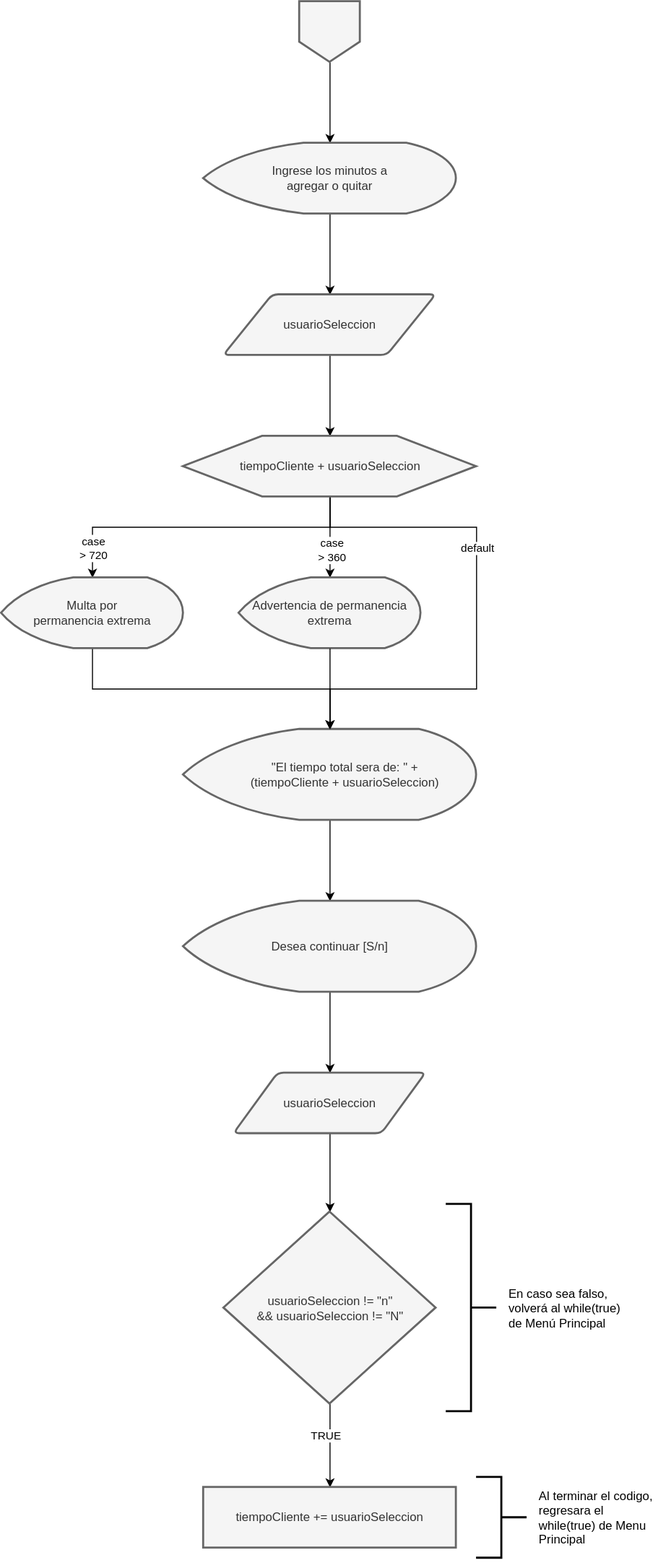
This is docs/GRAPH_SimularTiempo.svg from xrmerida/SmartPark, a draw.io export, as it was before one commit. Source tidied: cells renumbered, new cells last; positions are measured from the earlier drawing's top-left corner, leaving out a move shared by most shapes.
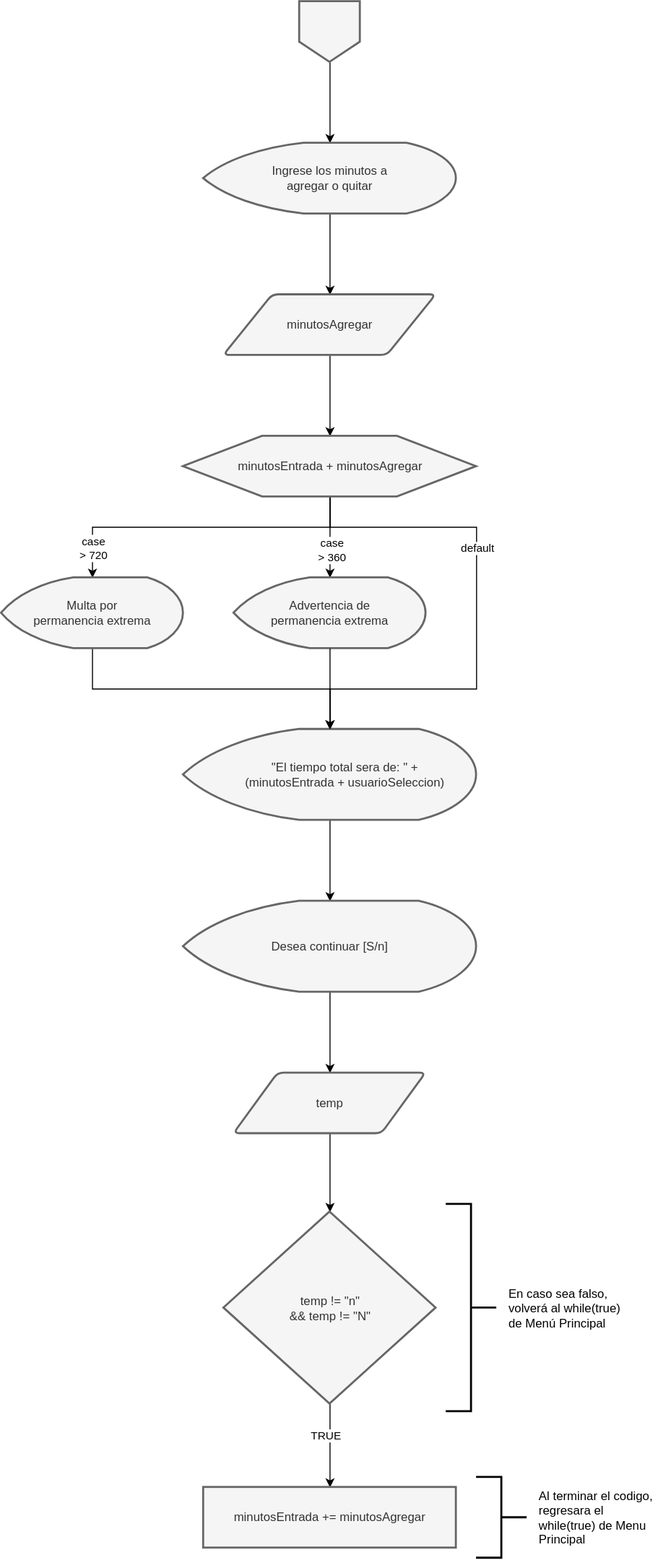
The same diagram one commit later.

The edit, as a diff of the source:
```diff
@@ -19,7 +19,7 @@
     <mxCell id="6" style="edgeStyle=orthogonalEdgeStyle;rounded=0;jettySize=auto;html=1;" parent="1" edge="1" source="7" target="13">
       <mxGeometry relative="1" as="geometry" />
     </mxCell>
-    <mxCell id="7" value="usuarioSeleccion" style="shape=parallelogram;html=1;strokeWidth=2;perimeter=parallelogramPerimeter;whiteSpace=wrap;rounded=1;arcSize=12;size=0.23;fillColor=#f5f5f5;fontColor=#333333;strokeColor=#666666;verticalAlign=middle;labelPosition=center;verticalLabelPosition=middle;align=center;" parent="1" vertex="1">
+    <mxCell id="7" value="minutosAgregar" style="shape=parallelogram;html=1;strokeWidth=2;perimeter=parallelogramPerimeter;whiteSpace=wrap;rounded=1;arcSize=12;size=0.23;fillColor=#f5f5f5;fontColor=#333333;strokeColor=#666666;verticalAlign=middle;labelPosition=center;verticalLabelPosition=middle;align=center;" parent="1" vertex="1">
       <mxGeometry x="220" y="290" width="210" height="60" as="geometry" />
     </mxCell>
     <mxCell id="8" style="edgeStyle=orthogonalEdgeStyle;rounded=0;jettySize=auto;html=1;exitX=0.5;exitY=1;exitDx=0;exitDy=0;" parent="1" edge="1" source="13" target="15">
@@ -51,7 +51,7 @@
     <mxCell id="12" value="&lt;div&gt;case&lt;/div&gt;&lt;div&gt;&amp;gt; 360&lt;/div&gt;" style="edgeLabel;html=1;align=center;verticalAlign=middle;" parent="11" vertex="1">
       <mxGeometry x="0.31" y="1" relative="1" as="geometry" />
     </mxCell>
-    <mxCell id="13" value="tiempoCliente + usuarioSeleccion" style="verticalLabelPosition=middle;verticalAlign=middle;html=1;shape=hexagon;perimeter=hexagonPerimeter2;arcSize=6;size=0.27;fillColor=#f5f5f5;fontColor=#333333;strokeColor=#666666;strokeWidth=2;labelPosition=center;align=center;" parent="1" vertex="1">
+    <mxCell id="13" value="minutosEntrada + minutosAgregar" style="verticalLabelPosition=middle;verticalAlign=middle;html=1;shape=hexagon;perimeter=hexagonPerimeter2;arcSize=6;size=0.27;fillColor=#f5f5f5;fontColor=#333333;strokeColor=#666666;strokeWidth=2;labelPosition=center;align=center;" parent="1" vertex="1">
       <mxGeometry x="180" y="430" width="290" height="60" as="geometry" />
     </mxCell>
     <mxCell id="14" style="edgeStyle=orthogonalEdgeStyle;rounded=0;jettySize=auto;html=1;exitX=0.5;exitY=1;exitDx=0;exitDy=0;exitPerimeter=0;" parent="1" edge="1" source="15" target="19">
@@ -63,13 +63,13 @@
     <mxCell id="16" value="&lt;div&gt;case&lt;/div&gt;&lt;div&gt;&amp;gt; 720&lt;/div&gt;" style="edgeLabel;html=1;align=center;verticalAlign=middle;" parent="1" vertex="1">
       <mxGeometry x="90" y="540" as="geometry" />
     </mxCell>
-    <mxCell id="17" value="Advertencia de permanencia extrema" style="strokeWidth=2;html=1;shape=mxgraph.flowchart.display;whiteSpace=wrap;fillColor=#f5f5f5;fontColor=#333333;strokeColor=#666666;verticalAlign=middle;labelPosition=center;verticalLabelPosition=middle;align=center;" parent="1" vertex="1">
-      <mxGeometry x="235" y="570" width="180" height="70" as="geometry" />
+    <mxCell id="17" value="&lt;div&gt;Advertencia de&lt;/div&gt;&lt;div&gt;permanencia extrema&lt;/div&gt;" style="strokeWidth=2;html=1;shape=mxgraph.flowchart.display;whiteSpace=wrap;fillColor=#f5f5f5;fontColor=#333333;strokeColor=#666666;verticalAlign=middle;labelPosition=center;verticalLabelPosition=middle;align=center;" parent="1" vertex="1">
+      <mxGeometry x="230" y="570" width="190" height="70" as="geometry" />
     </mxCell>
     <mxCell id="18" style="edgeStyle=orthogonalEdgeStyle;rounded=0;jettySize=auto;html=1;" parent="1" edge="1" source="19" target="22">
       <mxGeometry relative="1" as="geometry" />
     </mxCell>
-    <mxCell id="19" value="&lt;div&gt;&amp;nbsp; &amp;nbsp; &amp;nbsp; &amp;nbsp; &amp;nbsp; &quot;El tiempo total sera de: &quot; +&amp;nbsp;&lt;/div&gt;&lt;div&gt;&amp;nbsp; &amp;nbsp; &amp;nbsp; &amp;nbsp; &amp;nbsp;(tiempoCliente + usuarioSeleccion)&lt;/div&gt;" style="strokeWidth=2;html=1;shape=mxgraph.flowchart.display;whiteSpace=wrap;fillColor=#f5f5f5;fontColor=#333333;strokeColor=#666666;verticalAlign=middle;labelPosition=center;verticalLabelPosition=middle;align=center;" parent="1" vertex="1">
+    <mxCell id="19" value="&lt;div&gt;&amp;nbsp; &amp;nbsp; &amp;nbsp; &amp;nbsp; &amp;nbsp; &quot;El tiempo total sera de: &quot; +&amp;nbsp;&lt;/div&gt;&lt;div&gt;&amp;nbsp; &amp;nbsp; &amp;nbsp; &amp;nbsp; &amp;nbsp;(minutosEntrada + usuarioSeleccion)&lt;/div&gt;" style="strokeWidth=2;html=1;shape=mxgraph.flowchart.display;whiteSpace=wrap;fillColor=#f5f5f5;fontColor=#333333;strokeColor=#666666;verticalAlign=middle;labelPosition=center;verticalLabelPosition=middle;align=center;" parent="1" vertex="1">
       <mxGeometry x="180" y="720" width="290" height="90" as="geometry" />
     </mxCell>
     <mxCell id="20" style="edgeStyle=orthogonalEdgeStyle;rounded=0;jettySize=auto;html=1;exitX=0.5;exitY=1;exitDx=0;exitDy=0;exitPerimeter=0;entryX=0.5;entryY=0;entryDx=0;entryDy=0;entryPerimeter=0;" parent="1" edge="1" source="17" target="19">
@@ -84,7 +84,7 @@
     <mxCell id="23" style="edgeStyle=orthogonalEdgeStyle;rounded=0;jettySize=auto;html=1;" parent="1" edge="1" source="24" target="27">
       <mxGeometry relative="1" as="geometry" />
     </mxCell>
-    <mxCell id="24" value="usuarioSeleccion" style="shape=parallelogram;html=1;strokeWidth=2;perimeter=parallelogramPerimeter;whiteSpace=wrap;rounded=1;arcSize=12;size=0.23;fillColor=#f5f5f5;fontColor=#333333;strokeColor=#666666;verticalAlign=middle;align=center;labelPosition=center;verticalLabelPosition=middle;" parent="1" vertex="1">
+    <mxCell id="24" value="temp" style="shape=parallelogram;html=1;strokeWidth=2;perimeter=parallelogramPerimeter;whiteSpace=wrap;rounded=1;arcSize=12;size=0.23;fillColor=#f5f5f5;fontColor=#333333;strokeColor=#666666;verticalAlign=middle;align=center;labelPosition=center;verticalLabelPosition=middle;" parent="1" vertex="1">
       <mxGeometry x="230" y="1060" width="190" height="60" as="geometry" />
     </mxCell>
     <mxCell id="25" style="edgeStyle=orthogonalEdgeStyle;rounded=0;jettySize=auto;html=1;" parent="1" edge="1" source="27" target="30">
@@ -95,7 +95,7 @@
         <mxPoint x="-8" as="offset" />
       </mxGeometry>
     </mxCell>
-    <mxCell id="27" value="&lt;div&gt;usuarioSeleccion != &quot;n&quot;&lt;/div&gt;&lt;div&gt;&amp;amp;&amp;amp; usuarioSeleccion != &quot;N&quot;&lt;/div&gt;" style="strokeWidth=2;html=1;shape=mxgraph.flowchart.decision;fillColor=#f5f5f5;fontColor=#333333;strokeColor=#666666;verticalAlign=middle;align=center;labelPosition=center;verticalLabelPosition=middle;shadow=0;" parent="1" vertex="1">
+    <mxCell id="27" value="&lt;div&gt;temp != &quot;n&quot;&lt;/div&gt;&lt;div&gt;&amp;amp;&amp;amp; temp != &quot;N&quot;&lt;/div&gt;" style="strokeWidth=2;html=1;shape=mxgraph.flowchart.decision;fillColor=#f5f5f5;fontColor=#333333;strokeColor=#666666;verticalAlign=middle;align=center;labelPosition=center;verticalLabelPosition=middle;shadow=0;" parent="1" vertex="1">
       <mxGeometry x="220" y="1197.5" width="210" height="190" as="geometry" />
     </mxCell>
     <mxCell id="28" style="strokeWidth=2;html=1;shape=mxgraph.flowchart.annotation_2;align=left;labelPosition=right;rotation=-180;" parent="1" vertex="1">
@@ -104,7 +104,7 @@
     <mxCell id="29" value="En caso sea falso, volverá al while(true) de Menú Principal" style="text;html=1;whiteSpace=wrap;strokeColor=none;fillColor=none;align=left;verticalAlign=middle;rounded=0;" parent="1" vertex="1">
       <mxGeometry x="500" y="1195" width="120" height="195" as="geometry" />
     </mxCell>
-    <mxCell id="30" value="tiempoCliente += usuarioSeleccion" style="rounded=0;whiteSpace=wrap;html=1;fillColor=#f5f5f5;fontColor=#333333;strokeColor=#666666;strokeWidth=2;verticalAlign=middle;labelPosition=center;verticalLabelPosition=middle;align=center;" parent="1" vertex="1">
+    <mxCell id="30" value="minutosEntrada += minutosAgregar" style="rounded=0;whiteSpace=wrap;html=1;fillColor=#f5f5f5;fontColor=#333333;strokeColor=#666666;strokeWidth=2;verticalAlign=middle;labelPosition=center;verticalLabelPosition=middle;align=center;" parent="1" vertex="1">
       <mxGeometry x="200" y="1470" width="250" height="60" as="geometry" />
     </mxCell>
     <mxCell id="31" style="strokeWidth=2;html=1;shape=mxgraph.flowchart.annotation_2;align=left;labelPosition=right;rotation=-180;" parent="1" vertex="1">
```
